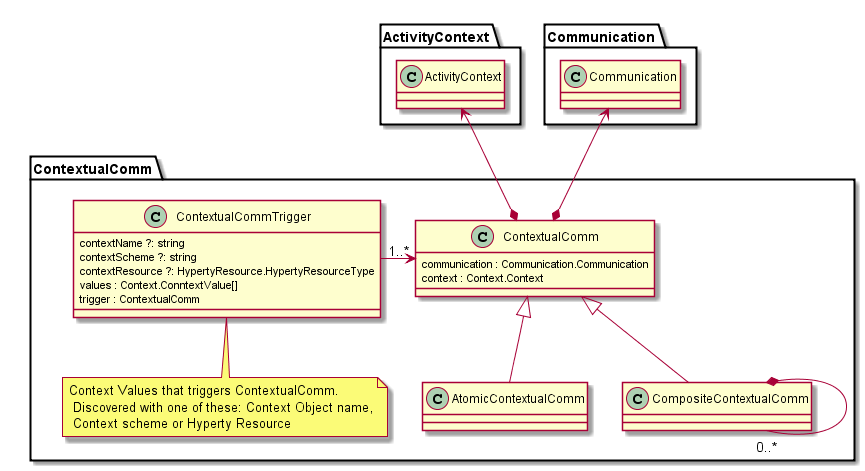
Before: docs/contextual-communication-design.png, a diagram exported from PlantUML (reTHINK-project/dev-smart-contextual-assistance-app).
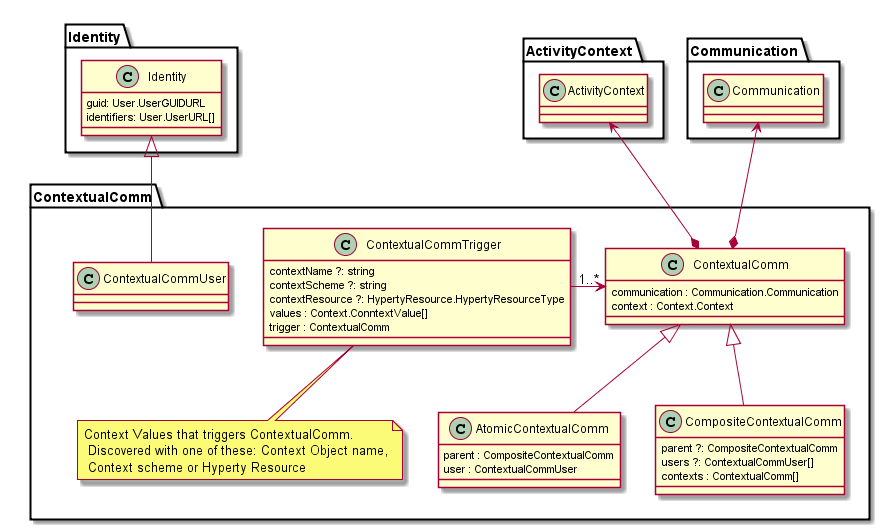
After the change.

Commit message:
contextual comm model update

The edit, as a diff of the source:
```diff
@@ -21,18 +21,31 @@
 	}
 
 	class AtomicContextualComm {
+	parent : CompositeContextualComm
+	user : ContextualCommUser
 	}
 
 	class CompositeContextualComm {
+	parent ?: CompositeContextualComm
+	users ?: ContextualCommUser[]
+	contexts : ContextualComm[]
+	}
+
+	class ContextualCommUser {
+	}
+
+	class Identity.Identity {
+	 guid: User.UserGUIDURL
+	 identifiers: User.UserURL[]
 	}
 
  ContextualComm <-right- "1..*" ContextualCommTrigger
 
-	CompositeContextualComm *-"0..*" CompositeContextualComm
-
 	ContextualComm *-up-> ActivityContext.ActivityContext
 
 	ContextualComm *-up-> Communication.Communication
+
+	ContextualCommUser -up-|> Identity.Identity
 
 	CompositeContextualComm -up-|> ContextualComm
 
```
